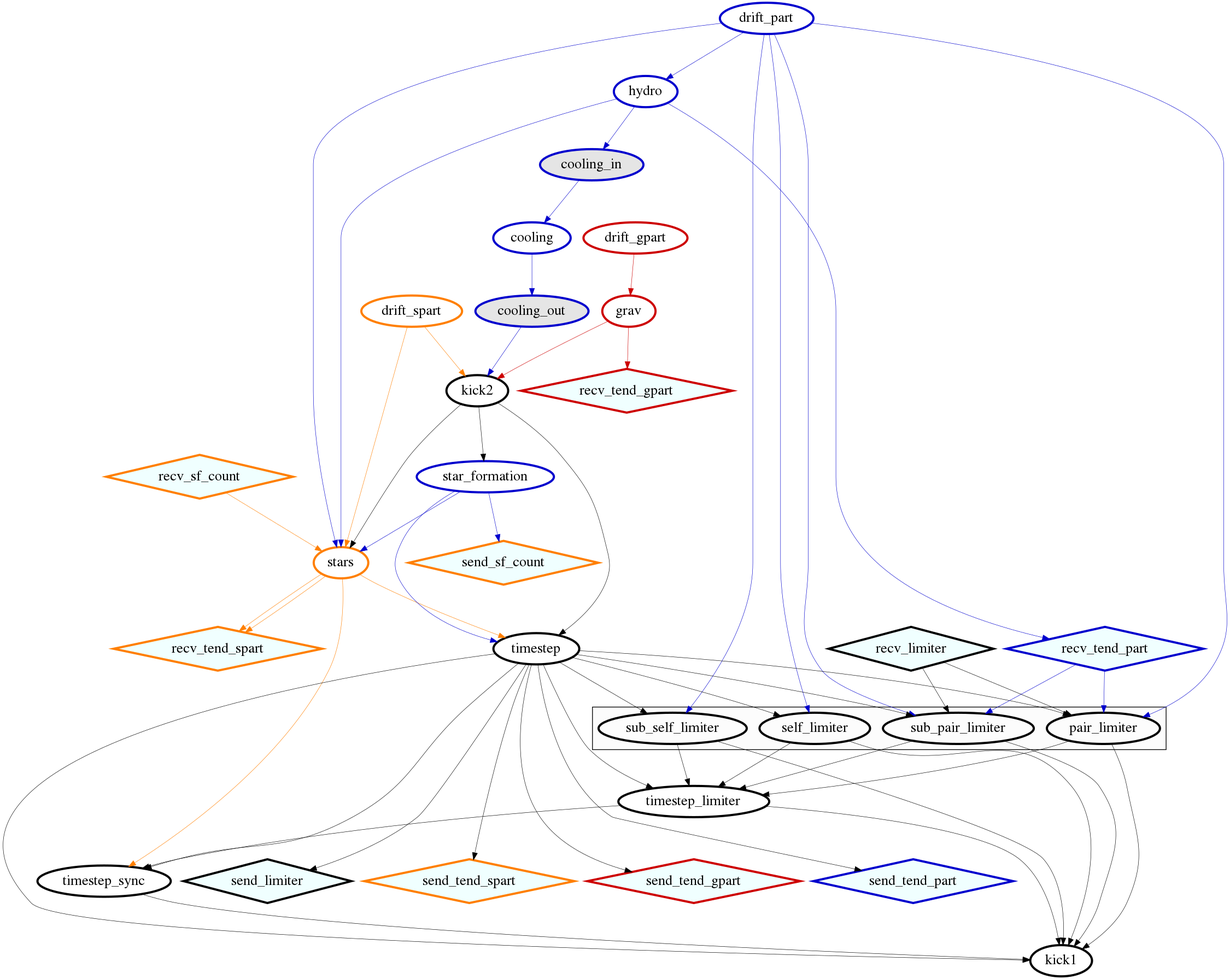
The Graphviz diagram doc/RTD/source/Task/reduced.png in SWIFTSIM/swiftsim, before a commit. Its source is kept beside it as doc/RTD/source/Task/reduced.dot. Its diagram source:
```dot
digraph task_dep {
	 # Header
	 compound=true;
	 node[nodesep=0.1, fontsize=20, penwidth=3.];
	 edge[fontsize=0, penwidth=0.5];
	 ranksep=0.8;

	 # Special tasks
	 hydro[color=blue3];
	 self_limiter[color=black];
	 grav[color=red3];
	 stars[color=darkorange1];
	 pair_limiter[color=black];
	 sub_self_limiter[color=black];
	 sub_pair_limiter[color=black];
	 drift_part[color=blue3];
	 drift_spart[color=darkorange1];
	 drift_gpart[color=red3];
	 kick2[color=black];
	 timestep[color=black];
	 timestep_limiter[color=black];
	 timestep_sync[color=black];
	 recv_limiter[shape=diamond,style=filled,fillcolor=azure,color=black];
	 recv_tend_part[shape=diamond,style=filled,fillcolor=azure,color=blue3];
	 recv_sf_count[shape=diamond,style=filled,fillcolor=azure,color=darkorange1];
	 cooling[color=blue3];
	 cooling_in[style=filled,fillcolor=grey90,color=blue3];
	 cooling_out[style=filled,fillcolor=grey90,color=blue3];
	 star_formation[color=blue3];
	 kick1[color=black];
	 recv_tend_gpart[shape=diamond,style=filled,fillcolor=azure,color=red3];
	 recv_tend_spart[shape=diamond,style=filled,fillcolor=azure,color=darkorange1];
	 send_tend_part[shape=diamond,style=filled,fillcolor=azure,color=blue3,rank=min];
	 send_limiter[shape=diamond,style=filled,fillcolor=azure,color=black,rank=min];
	 send_tend_spart[shape=diamond,style=filled,fillcolor=azure,color=darkorange1,rank=min];
	 send_tend_gpart[shape=diamond,style=filled,fillcolor=azure,color=red3,rank=min];
	 send_sf_count[shape=diamond,style=filled,fillcolor=azure,color=darkorange1];

	 subgraph clusterTimestep_limiter {
		 label="";
		 bgcolor="grey99";
		 pair_limiter;
		 self_limiter;
		 sub_pair_limiter;
		 sub_self_limiter;
	 };


	 # Dependencies
	 hydro->stars[fontcolor=blue3,color=blue3]
	 self_limiter->kick1[fontcolor=black,color=black]
	 self_limiter->timestep_limiter[fontcolor=black,color=black]
	 stars->timestep_sync[fontcolor=darkorange1,color=darkorange1]
	 hydro->recv_tend_part[fontcolor=blue3,color=blue3]
	 pair_limiter->kick1[fontcolor=black,color=black]
	 pair_limiter->timestep_limiter[fontcolor=black,color=black]
	 grav->recv_tend_gpart[fontcolor=red3,color=red3]
	 stars->recv_tend_spart[fontcolor=darkorange1,color=darkorange1]
	 sub_self_limiter->kick1[fontcolor=black,color=black]
	 sub_self_limiter->timestep_limiter[fontcolor=black,color=black]
	 sub_pair_limiter->kick1[fontcolor=black,color=black]
	 sub_pair_limiter->timestep_limiter[fontcolor=black,color=black]
	 stars->recv_tend_spart[fontcolor=darkorange1,color=darkorange1]
	 drift_part->hydro[fontcolor=blue3,color=blue3]
	 drift_part->stars[fontcolor=blue3,color=blue3]
	 drift_part->self_limiter[fontcolor=blue3,color=blue3]
	 drift_part->pair_limiter[fontcolor=blue3,color=blue3]
	 drift_part->sub_self_limiter[fontcolor=blue3,color=blue3]
	 drift_part->sub_pair_limiter[fontcolor=blue3,color=blue3]
	 drift_spart->kick2[fontcolor=darkorange1,color=darkorange1]
	 drift_spart->stars[fontcolor=darkorange1,color=darkorange1]
	 drift_gpart->grav[fontcolor=red3,color=red3]
	 hydro->cooling_in[fontcolor=blue3,color=blue3]
	 kick2->timestep[fontcolor=black,color=black]
	 kick2->stars[fontcolor=black,color=black]
	 kick2->star_formation[fontcolor=black,color=black]
	 timestep->kick1[fontcolor=black,color=black]
	 timestep->timestep_limiter[fontcolor=black,color=black]
	 timestep->timestep_sync[fontcolor=black,color=black]
	 timestep->self_limiter[fontcolor=black,color=black]
	 timestep->pair_limiter[fontcolor=black,color=black]
	 timestep->send_tend_part[fontcolor=black,color=black]
	 timestep->send_limiter[fontcolor=black,color=black]
	 timestep->send_tend_spart[fontcolor=black,color=black]
	 timestep->send_tend_gpart[fontcolor=black,color=black]
	 timestep->sub_self_limiter[fontcolor=black,color=black]
	 timestep->sub_pair_limiter[fontcolor=black,color=black]
	 timestep_limiter->kick1[fontcolor=black,color=black]
	 timestep_limiter->timestep_sync[fontcolor=black,color=black]
	 timestep_sync->kick1[fontcolor=black,color=black]
	 recv_limiter->pair_limiter[fontcolor=black,color=black]
	 recv_limiter->sub_pair_limiter[fontcolor=black,color=black]
	 recv_tend_part->pair_limiter[fontcolor=blue3,color=blue3]
	 recv_tend_part->sub_pair_limiter[fontcolor=blue3,color=blue3]
    recv_sf_count->stars[fontcolor=darkorange1,color=darkorange1]
	 grav->kick2[fontcolor=red3,color=red3]
	 cooling->cooling_out[fontcolor=blue3,color=blue3]
	 cooling_in->cooling[fontcolor=blue3,color=blue3]
	 cooling_out->kick2[fontcolor=blue3,color=blue3]
	 star_formation->timestep[fontcolor=blue3,color=blue3]
	 star_formation->stars[fontcolor=blue3,color=blue3]
	 star_formation->send_sf_count[fontcolor=blue3,color=blue3]
	 stars->timestep[fontcolor=darkorange1,color=darkorange1]

   # style
   timestep_limiter->send_tend_part[style=invis];
   timestep_limiter->send_tend_gpart[style=invis];
   timestep_limiter->send_tend_spart[style=invis];
   timestep_limiter->send_limiter[style=invis];
}
```
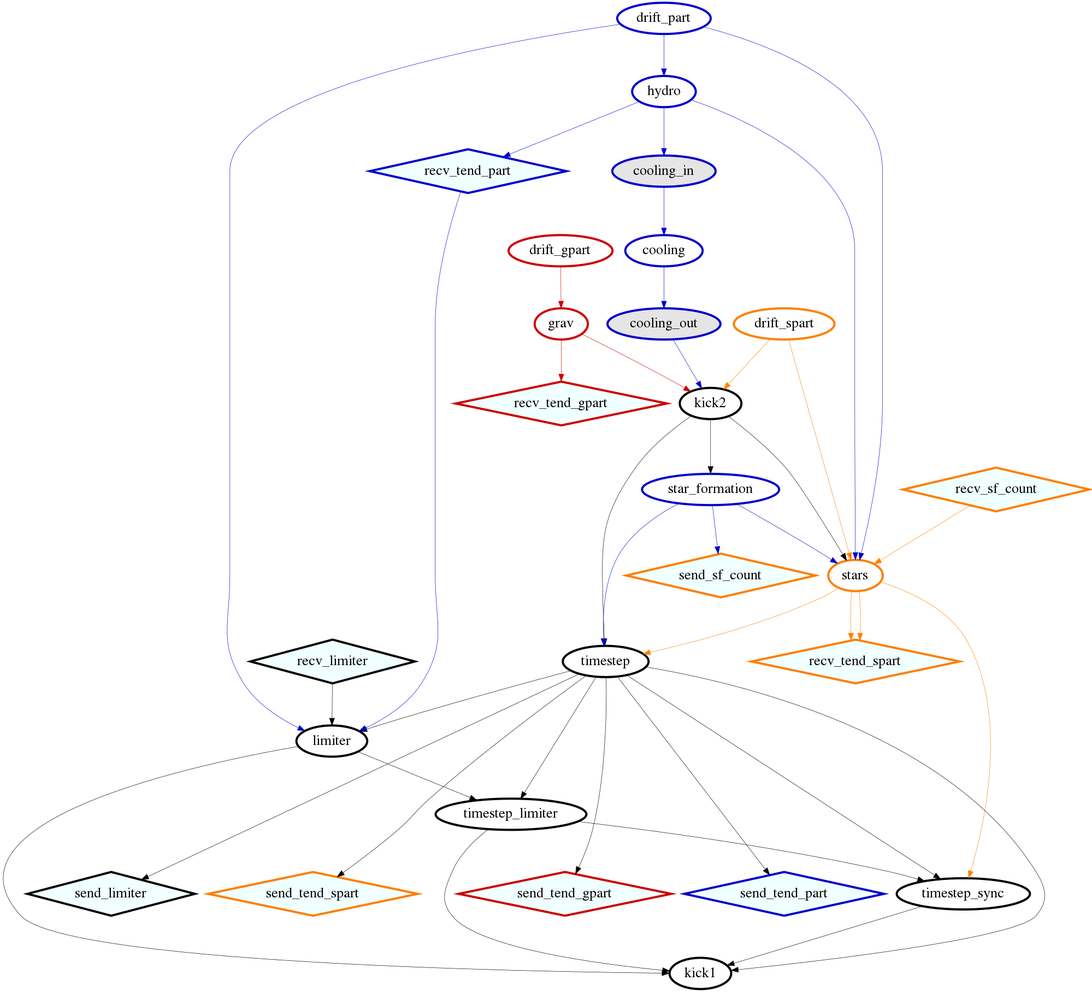
Above is the later version.

Change to the diagram source:
```diff
@@ -7,12 +7,9 @@
 
 	 # Special tasks
 	 hydro[color=blue3];
-	 self_limiter[color=black];
+	 limiter[color=black];
 	 grav[color=red3];
 	 stars[color=darkorange1];
-	 pair_limiter[color=black];
-	 sub_self_limiter[color=black];
-	 sub_pair_limiter[color=black];
 	 drift_part[color=blue3];
 	 drift_spart[color=darkorange1];
 	 drift_gpart[color=red3];
@@ -36,37 +33,18 @@
 	 send_tend_gpart[shape=diamond,style=filled,fillcolor=azure,color=red3,rank=min];
 	 send_sf_count[shape=diamond,style=filled,fillcolor=azure,color=darkorange1];
 
-	 subgraph clusterTimestep_limiter {
-		 label="";
-		 bgcolor="grey99";
-		 pair_limiter;
-		 self_limiter;
-		 sub_pair_limiter;
-		 sub_self_limiter;
-	 };
-
-
 	 # Dependencies
 	 hydro->stars[fontcolor=blue3,color=blue3]
-	 self_limiter->kick1[fontcolor=black,color=black]
-	 self_limiter->timestep_limiter[fontcolor=black,color=black]
+	 limiter->kick1[fontcolor=black,color=black]
+	 limiter->timestep_limiter[fontcolor=black,color=black]
 	 stars->timestep_sync[fontcolor=darkorange1,color=darkorange1]
 	 hydro->recv_tend_part[fontcolor=blue3,color=blue3]
-	 pair_limiter->kick1[fontcolor=black,color=black]
-	 pair_limiter->timestep_limiter[fontcolor=black,color=black]
 	 grav->recv_tend_gpart[fontcolor=red3,color=red3]
 	 stars->recv_tend_spart[fontcolor=darkorange1,color=darkorange1]
-	 sub_self_limiter->kick1[fontcolor=black,color=black]
-	 sub_self_limiter->timestep_limiter[fontcolor=black,color=black]
-	 sub_pair_limiter->kick1[fontcolor=black,color=black]
-	 sub_pair_limiter->timestep_limiter[fontcolor=black,color=black]
 	 stars->recv_tend_spart[fontcolor=darkorange1,color=darkorange1]
 	 drift_part->hydro[fontcolor=blue3,color=blue3]
 	 drift_part->stars[fontcolor=blue3,color=blue3]
-	 drift_part->self_limiter[fontcolor=blue3,color=blue3]
-	 drift_part->pair_limiter[fontcolor=blue3,color=blue3]
-	 drift_part->sub_self_limiter[fontcolor=blue3,color=blue3]
-	 drift_part->sub_pair_limiter[fontcolor=blue3,color=blue3]
+	 drift_part->limiter[fontcolor=blue3,color=blue3]
 	 drift_spart->kick2[fontcolor=darkorange1,color=darkorange1]
 	 drift_spart->stars[fontcolor=darkorange1,color=darkorange1]
 	 drift_gpart->grav[fontcolor=red3,color=red3]
@@ -77,22 +55,17 @@
 	 timestep->kick1[fontcolor=black,color=black]
 	 timestep->timestep_limiter[fontcolor=black,color=black]
 	 timestep->timestep_sync[fontcolor=black,color=black]
-	 timestep->self_limiter[fontcolor=black,color=black]
-	 timestep->pair_limiter[fontcolor=black,color=black]
+	 timestep->limiter[fontcolor=black,color=black]
 	 timestep->send_tend_part[fontcolor=black,color=black]
 	 timestep->send_limiter[fontcolor=black,color=black]
 	 timestep->send_tend_spart[fontcolor=black,color=black]
 	 timestep->send_tend_gpart[fontcolor=black,color=black]
-	 timestep->sub_self_limiter[fontcolor=black,color=black]
-	 timestep->sub_pair_limiter[fontcolor=black,color=black]
 	 timestep_limiter->kick1[fontcolor=black,color=black]
 	 timestep_limiter->timestep_sync[fontcolor=black,color=black]
 	 timestep_sync->kick1[fontcolor=black,color=black]
-	 recv_limiter->pair_limiter[fontcolor=black,color=black]
-	 recv_limiter->sub_pair_limiter[fontcolor=black,color=black]
-	 recv_tend_part->pair_limiter[fontcolor=blue3,color=blue3]
-	 recv_tend_part->sub_pair_limiter[fontcolor=blue3,color=blue3]
-    recv_sf_count->stars[fontcolor=darkorange1,color=darkorange1]
+	 recv_limiter->limiter[fontcolor=black,color=black]
+	 recv_tend_part->limiter[fontcolor=blue3,color=blue3]
+	  recv_sf_count->stars[fontcolor=darkorange1,color=darkorange1]
 	 grav->kick2[fontcolor=red3,color=red3]
 	 cooling->cooling_out[fontcolor=blue3,color=blue3]
 	 cooling_in->cooling[fontcolor=blue3,color=blue3]
```
